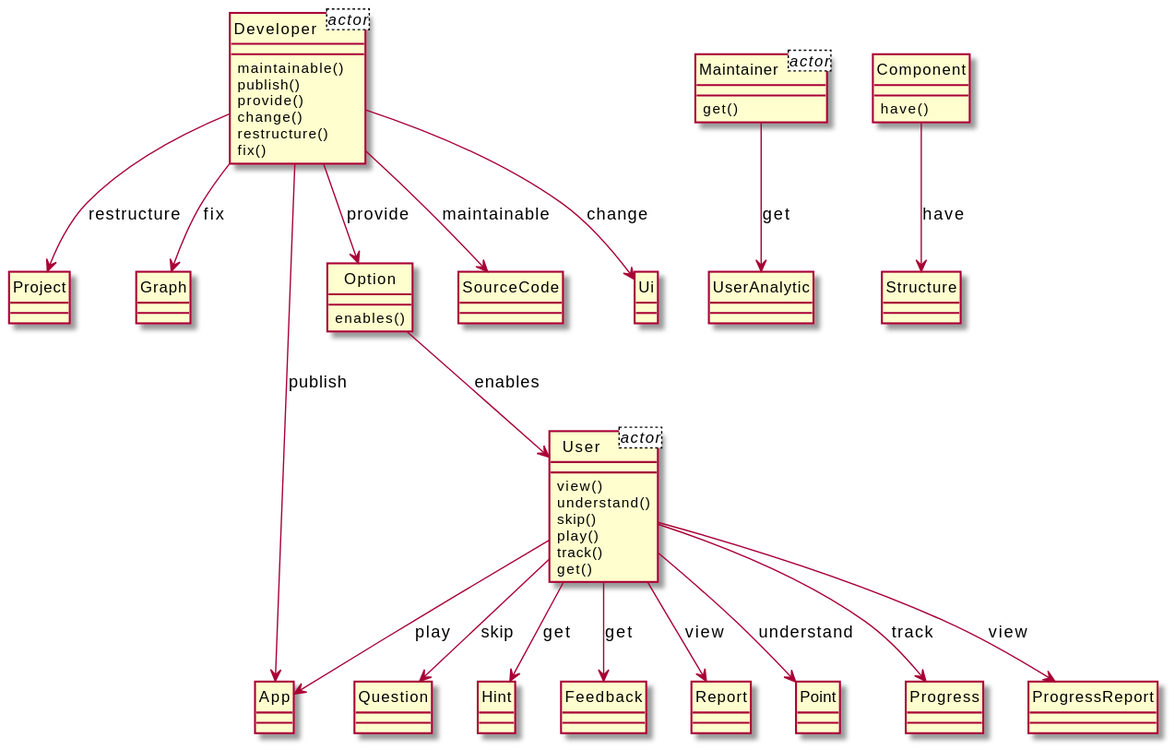
Before: output/diagram_5/2019-USC-Project07.svg, a diagram exported from PlantUML (xixixhalu/DomainModelExtractor).
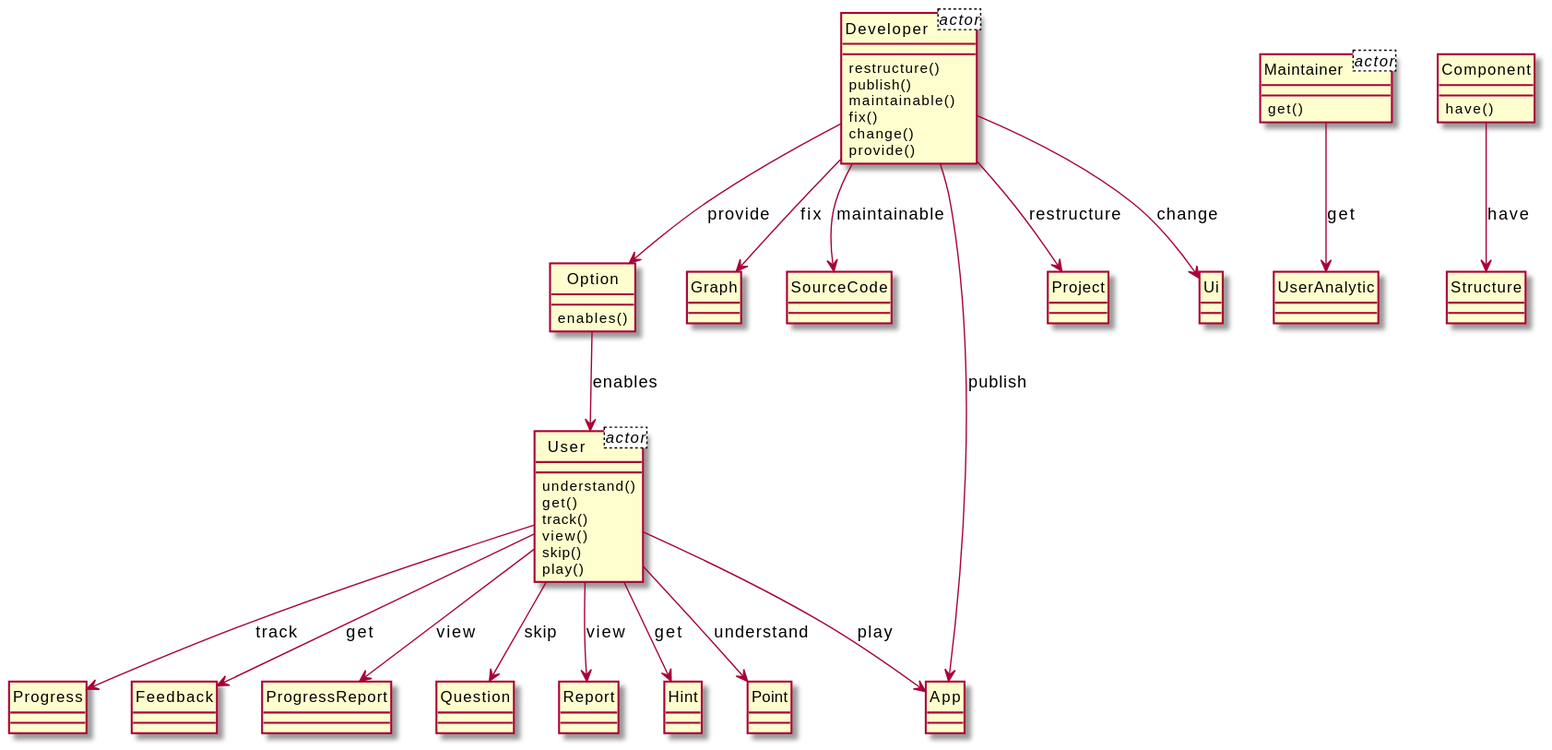
The same file after the commit.

The edit, as a diff of the source:
```diff
@@ -6,32 +6,51 @@
 }
 class Maintainer<actor> {
 }
+class Component {
+	have()
+}
+class Structure {
+}
+class Option {
+	enables()
+}
+class User {
+	understand()
+	get()
+	track()
+	view()
+	skip()
+	play()
+}
+class Point {
+}
+class Progress {
+}
 class Developer {
+	restructure()
+	publish()
 	maintainable()
-	publish()
+	fix()
+	change()
 	provide()
-	change()
-	restructure()
-	fix()
+}
+class Graph {
+}
+class Feedback {
+}
+class SourceCode {
+}
+class ProgressReport {
+}
+class App {
+}
+class Question {
 }
 class Project {
 }
-class User {
-	view()
-	understand()
-	skip()
-	play()
-	track()
-	get()
+class Ui {
 }
-class Question {
-}
-class Graph {
-}
-class App {
-}
-class Option {
-	enables()
+class Report {
 }
 class Hint {
 }
@@ -40,40 +59,21 @@
 }
 class UserAnalytic {
 }
-class Feedback {
-}
-class Component {
-	have()
-}
-class Structure {
-}
-class SourceCode {
-}
-class Report {
-}
-class Point {
-}
-class Ui {
-}
-class Progress {
-}
-class ProgressReport {
-}
 Developer --> Graph : fix
+User --> Point : understand
+Component --> Structure : have
+User --> ProgressReport : view
+Developer --> Ui : change
+User --> Report : view
+User --> App : play
+User --> Feedback : get
+Maintainer --> UserAnalytic : get
+User --> Progress : track
 Developer --> Project : restructure
-User --> Point : understand
 Developer --> App : publish
+Option --> User : enables
 Developer --> SourceCode : maintainable
-User --> Feedback : get
+Developer --> Option : provide
 User --> Hint : get
-Option --> User : enables
-User --> App : play
-Developer --> Ui : change
-User --> Progress : track
-User --> Report : view
 User --> Question : skip
-User --> ProgressReport : view
-Developer --> Option : provide
-Component --> Structure : have
-Maintainer --> UserAnalytic : get
 @enduml
```
